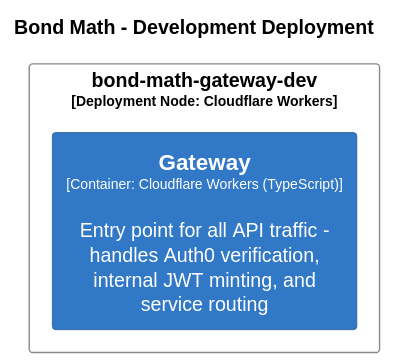
chrislyons-dev/bond-math keeps this PlantUML diagram as docs/architecture/diagrams/structurizr-Deployment_development.svg. Above is the earlier version.
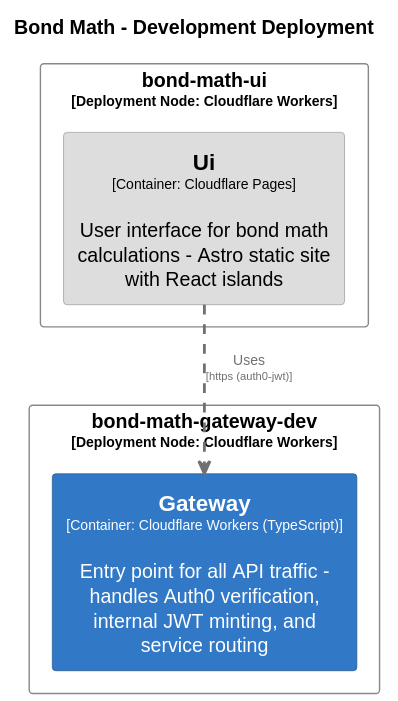
After the commit.

Change to the diagram source:
```diff
@@ -21,7 +21,19 @@
   BorderColor #22548a
   shadowing false
 }
+skinparam rectangle<<Development.bondmathui.Ui_1>> {
+  BackgroundColor #dddddd
+  FontColor #000000
+  BorderColor #9a9a9a
+  shadowing false
+}
 skinparam rectangle<<Development.bondmathgatewaydev>> {
+  BackgroundColor #ffffff
+  FontColor #000000
+  BorderColor #888888
+  shadowing false
+}
+skinparam rectangle<<Development.bondmathui>> {
   BackgroundColor #ffffff
   FontColor #000000
   BorderColor #888888
@@ -31,4 +43,10 @@
 rectangle "bond-math-gateway-dev\n<size:10>[Deployment Node: Cloudflare Workers]</size>" <<Development.bondmathgatewaydev>> as Development.bondmathgatewaydev {
   rectangle "==Gateway\n<size:10>[Container: Cloudflare Workers (TypeScript)]</size>\n\nEntry point for all API traffic - handles Auth0 verification, internal JWT minting, and service routing" <<Development.bondmathgatewaydev.Gateway_1>> as Development.bondmathgatewaydev.Gateway_1
 }
+
+rectangle "bond-math-ui\n<size:10>[Deployment Node: Cloudflare Workers]</size>" <<Development.bondmathui>> as Development.bondmathui {
+  rectangle "==Ui\n<size:10>[Container: Cloudflare Pages]</size>\n\nUser interface for bond math calculations - Astro static site with React islands" <<Development.bondmathui.Ui_1>> as Development.bondmathui.Ui_1
+}
+
+Development.bondmathui.Ui_1 .[#707070,thickness=2].> Development.bondmathgatewaydev.Gateway_1 : "<color:#707070>Uses\n<color:#707070><size:8>[https (auth0-jwt)]</size>"
 @enduml
```
